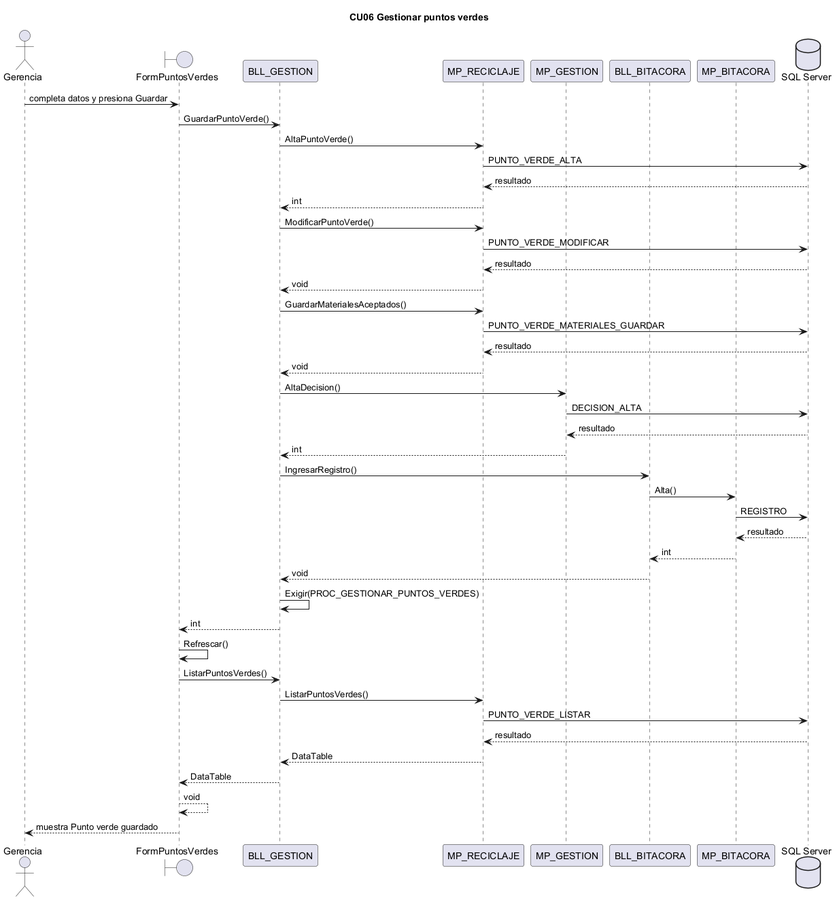
Above: docs/diagramas/secuencias_png/CU06.png in L-Muniz/uai-diploma_2026 (PlantUML), before the change. Source of this version:
```plantuml
@startuml CU06
title CU06 Gestionar puntos verdes
actor "Gerencia" as ACT
boundary FormPuntosVerdes
participant BLL_GESTION
participant MP_RECICLAJE
participant MP_GESTION
participant BLL_BITACORA
participant MP_BITACORA
database "SQL Server" as BD
ACT -> FormPuntosVerdes : completa datos y presiona Guardar
FormPuntosVerdes -> BLL_GESTION : GuardarPuntoVerde()
BLL_GESTION -> MP_RECICLAJE : AltaPuntoVerde()
MP_RECICLAJE -> BD : PUNTO_VERDE_ALTA
BD --> MP_RECICLAJE : resultado
MP_RECICLAJE --> BLL_GESTION : int
BLL_GESTION -> MP_RECICLAJE : ModificarPuntoVerde()
MP_RECICLAJE -> BD : PUNTO_VERDE_MODIFICAR
BD --> MP_RECICLAJE : resultado
MP_RECICLAJE --> BLL_GESTION : void
BLL_GESTION -> MP_RECICLAJE : GuardarMaterialesAceptados()
MP_RECICLAJE -> BD : PUNTO_VERDE_MATERIALES_GUARDAR
BD --> MP_RECICLAJE : resultado
MP_RECICLAJE --> BLL_GESTION : void
BLL_GESTION -> MP_GESTION : AltaDecision()
MP_GESTION -> BD : DECISION_ALTA
BD --> MP_GESTION : resultado
MP_GESTION --> BLL_GESTION : int
BLL_GESTION -> BLL_BITACORA : IngresarRegistro()
BLL_BITACORA -> MP_BITACORA : Alta()
MP_BITACORA -> BD : REGISTRO
BD --> MP_BITACORA : resultado
MP_BITACORA --> BLL_BITACORA : int
BLL_BITACORA --> BLL_GESTION : void
BLL_GESTION -> BLL_GESTION : Exigir(PROC_GESTIONAR_PUNTOS_VERDES)
BLL_GESTION --> FormPuntosVerdes : int
FormPuntosVerdes -> FormPuntosVerdes : Refrescar()
FormPuntosVerdes -> BLL_GESTION : ListarPuntosVerdes()
BLL_GESTION -> MP_RECICLAJE : ListarPuntosVerdes()
MP_RECICLAJE -> BD : PUNTO_VERDE_LISTAR
BD --> MP_RECICLAJE : resultado
MP_RECICLAJE --> BLL_GESTION : DataTable
BLL_GESTION --> FormPuntosVerdes : DataTable
FormPuntosVerdes --> FormPuntosVerdes : void
FormPuntosVerdes --> ACT : muestra Punto verde guardado
@enduml
```
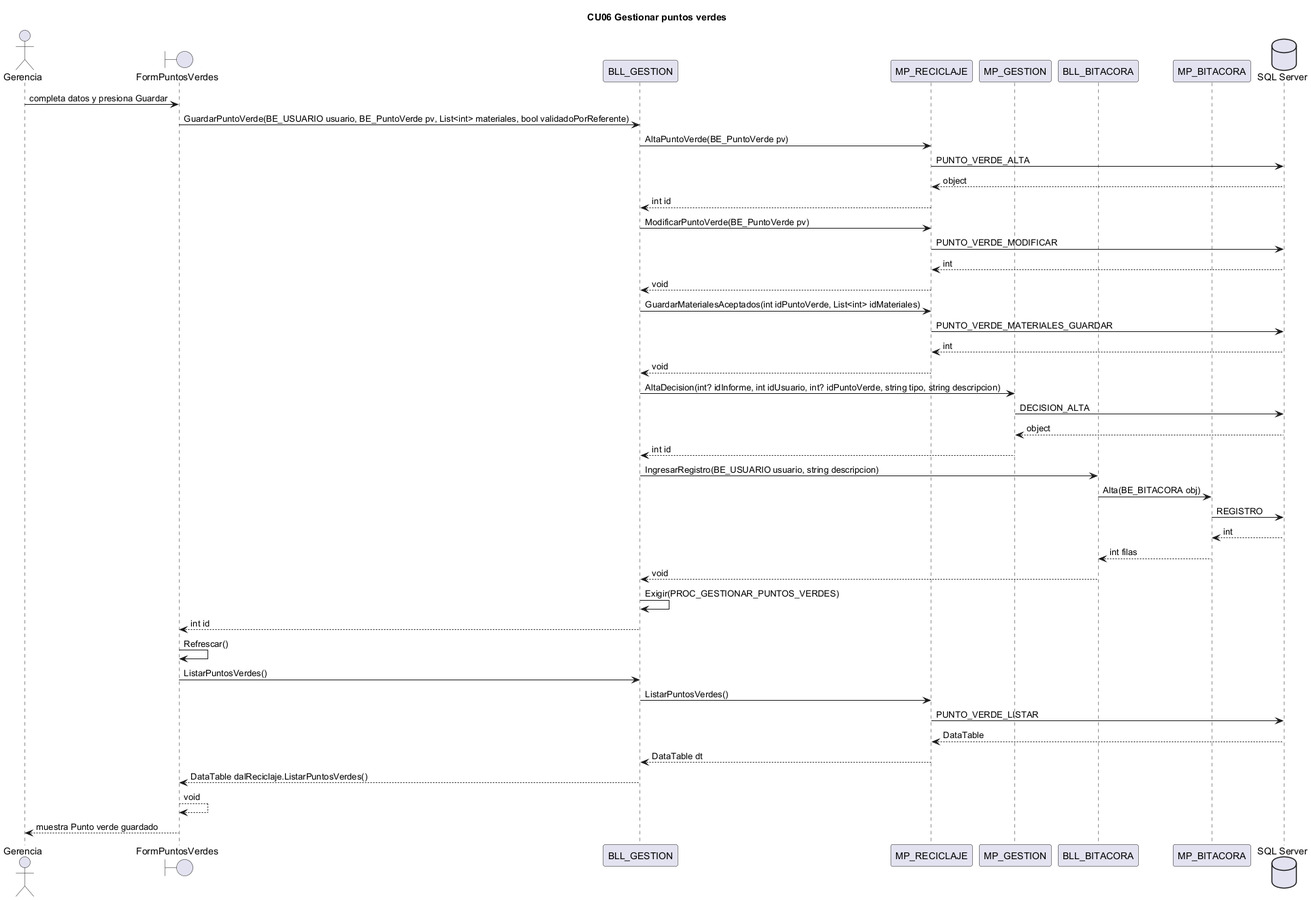
Above is the later version.

Change to the diagram source:
```diff
@@ -9,38 +9,38 @@
 participant MP_BITACORA
 database "SQL Server" as BD
 ACT -> FormPuntosVerdes : completa datos y presiona Guardar
-FormPuntosVerdes -> BLL_GESTION : GuardarPuntoVerde()
-BLL_GESTION -> MP_RECICLAJE : AltaPuntoVerde()
+FormPuntosVerdes -> BLL_GESTION : GuardarPuntoVerde(BE_USUARIO usuario, BE_PuntoVerde pv, List<int> materiales, bool validadoPorReferente)
+BLL_GESTION -> MP_RECICLAJE : AltaPuntoVerde(BE_PuntoVerde pv)
 MP_RECICLAJE -> BD : PUNTO_VERDE_ALTA
-BD --> MP_RECICLAJE : resultado
-MP_RECICLAJE --> BLL_GESTION : int
-BLL_GESTION -> MP_RECICLAJE : ModificarPuntoVerde()
+BD --> MP_RECICLAJE : object
+MP_RECICLAJE --> BLL_GESTION : int id
+BLL_GESTION -> MP_RECICLAJE : ModificarPuntoVerde(BE_PuntoVerde pv)
 MP_RECICLAJE -> BD : PUNTO_VERDE_MODIFICAR
-BD --> MP_RECICLAJE : resultado
+BD --> MP_RECICLAJE : int
 MP_RECICLAJE --> BLL_GESTION : void
-BLL_GESTION -> MP_RECICLAJE : GuardarMaterialesAceptados()
+BLL_GESTION -> MP_RECICLAJE : GuardarMaterialesAceptados(int idPuntoVerde, List<int> idMateriales)
 MP_RECICLAJE -> BD : PUNTO_VERDE_MATERIALES_GUARDAR
-BD --> MP_RECICLAJE : resultado
+BD --> MP_RECICLAJE : int
 MP_RECICLAJE --> BLL_GESTION : void
-BLL_GESTION -> MP_GESTION : AltaDecision()
+BLL_GESTION -> MP_GESTION : AltaDecision(int? idInforme, int idUsuario, int? idPuntoVerde, string tipo, string descripcion)
 MP_GESTION -> BD : DECISION_ALTA
-BD --> MP_GESTION : resultado
-MP_GESTION --> BLL_GESTION : int
-BLL_GESTION -> BLL_BITACORA : IngresarRegistro()
-BLL_BITACORA -> MP_BITACORA : Alta()
+BD --> MP_GESTION : object
+MP_GESTION --> BLL_GESTION : int id
+BLL_GESTION -> BLL_BITACORA : IngresarRegistro(BE_USUARIO usuario, string descripcion)
+BLL_BITACORA -> MP_BITACORA : Alta(BE_BITACORA obj)
 MP_BITACORA -> BD : REGISTRO
-BD --> MP_BITACORA : resultado
-MP_BITACORA --> BLL_BITACORA : int
+BD --> MP_BITACORA : int
+MP_BITACORA --> BLL_BITACORA : int filas
 BLL_BITACORA --> BLL_GESTION : void
 BLL_GESTION -> BLL_GESTION : Exigir(PROC_GESTIONAR_PUNTOS_VERDES)
-BLL_GESTION --> FormPuntosVerdes : int
+BLL_GESTION --> FormPuntosVerdes : int id
 FormPuntosVerdes -> FormPuntosVerdes : Refrescar()
 FormPuntosVerdes -> BLL_GESTION : ListarPuntosVerdes()
 BLL_GESTION -> MP_RECICLAJE : ListarPuntosVerdes()
 MP_RECICLAJE -> BD : PUNTO_VERDE_LISTAR
-BD --> MP_RECICLAJE : resultado
-MP_RECICLAJE --> BLL_GESTION : DataTable
-BLL_GESTION --> FormPuntosVerdes : DataTable
+BD --> MP_RECICLAJE : DataTable
+MP_RECICLAJE --> BLL_GESTION : DataTable dt
+BLL_GESTION --> FormPuntosVerdes : DataTable dalReciclaje.ListarPuntosVerdes()
 FormPuntosVerdes --> FormPuntosVerdes : void
 FormPuntosVerdes --> ACT : muestra Punto verde guardado
 @enduml
```
